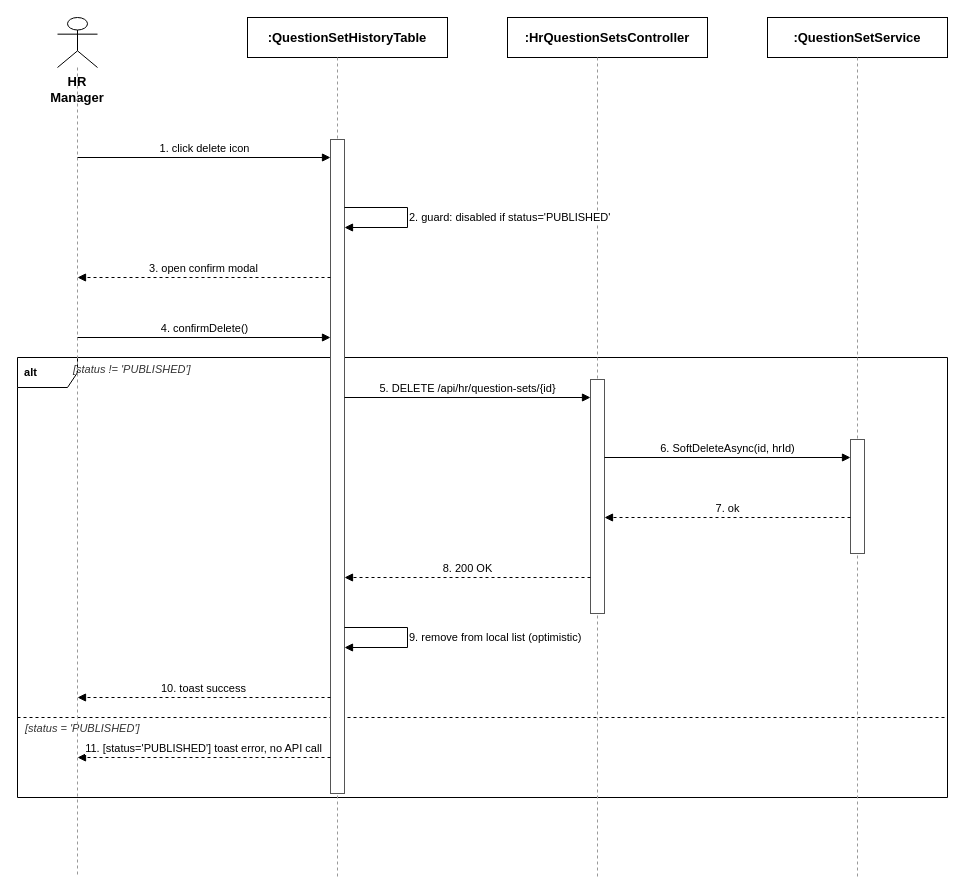
Earlier version of the draw.io diagram docs/qa/Nam_SequenceDiagram/05_JobDescriptionManagement_DeleteJD.drawio (tulklk/AI_Interview_Question_Generation_RAG_LLM_FE). Source tidied: cells renumbered, new cells numbered last; positions are measured from the earlier drawing's top-left corner, leaving out a move shared by most shapes. Both pictures are drawn from the tidied source at 100%, with x=0, y=0 at pixel (17, 17).
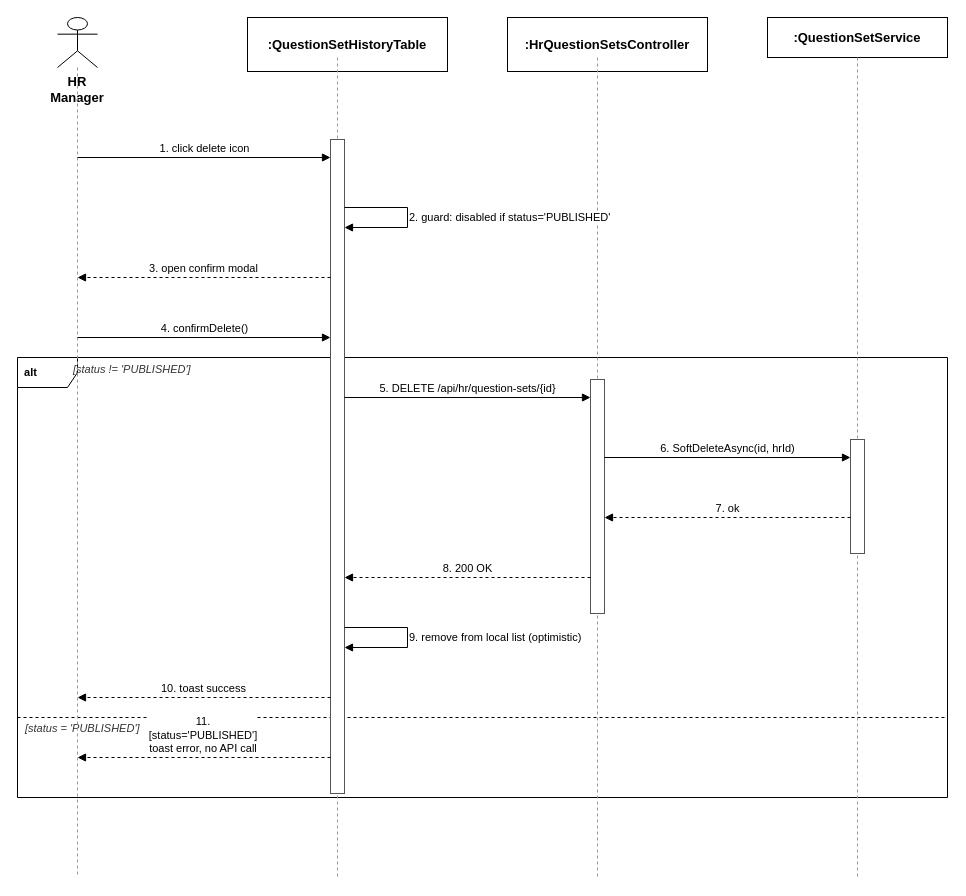
After the change.

What changed in the source:
```diff
@@
     <mxCell id="8" value=":QuestionSetHistoryTable" style="rounded=0;whiteSpace=wrap;html=1;fontSize=13;fillColor=#ffffff;strokeColor=#000000;fontStyle=1;" parent="1" vertex="1">
-      <mxGeometry x="230" width="200" height="40" as="geometry" />
+      <mxGeometry x="230" width="200" height="54" as="geometry" />
     </mxCell>
@@
     <mxCell id="10" value=":HrQuestionSetsController" style="rounded=0;whiteSpace=wrap;html=1;fontSize=13;fillColor=#ffffff;strokeColor=#000000;fontStyle=1;" parent="1" vertex="1">
-      <mxGeometry x="490" width="200" height="40" as="geometry" />
+      <mxGeometry x="490" width="200" height="54" as="geometry" />
     </mxCell>
@@
-    <mxCell id="27" value="11. [status='PUBLISHED'] toast error, no API call" style="endArrow=block;endFill=1;html=1;dashed=1;fontSize=11;align=center;verticalAlign=bottom;labelBackgroundColor=#ffffff;strokeColor=#000000;" parent="1" edge="1">
+    <mxCell id="27" value="11. [status='PUBLISHED'] toast error, no API call" style="endArrow=block;endFill=1;html=1;whiteSpace=wrap;dashed=1;fontSize=11;align=center;verticalAlign=bottom;labelBackgroundColor=#ffffff;strokeColor=#000000;" parent="1" edge="1">
       <mxGeometry relative="1" as="geometry">
         <mxPoint x="313" y="740" as="sourcePoint" />
         <mxPoint x="60" y="740" as="targetPoint" />
       </mxGeometry>
     </mxCell>
```
